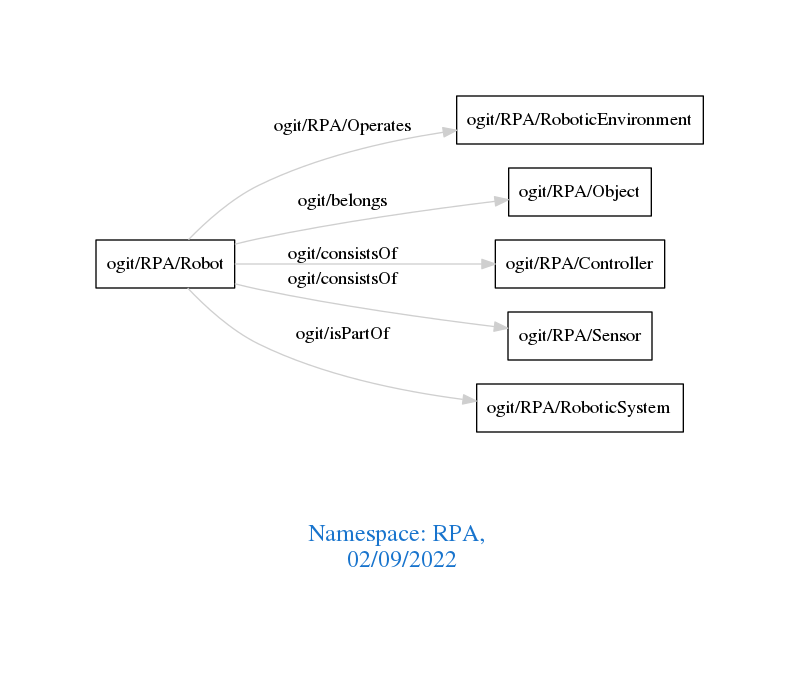
This is downloads/RPA.png from arago/OGIT, a Graphviz export, as it was before one commit. Its source is kept beside it as downloads/RPA.dot.
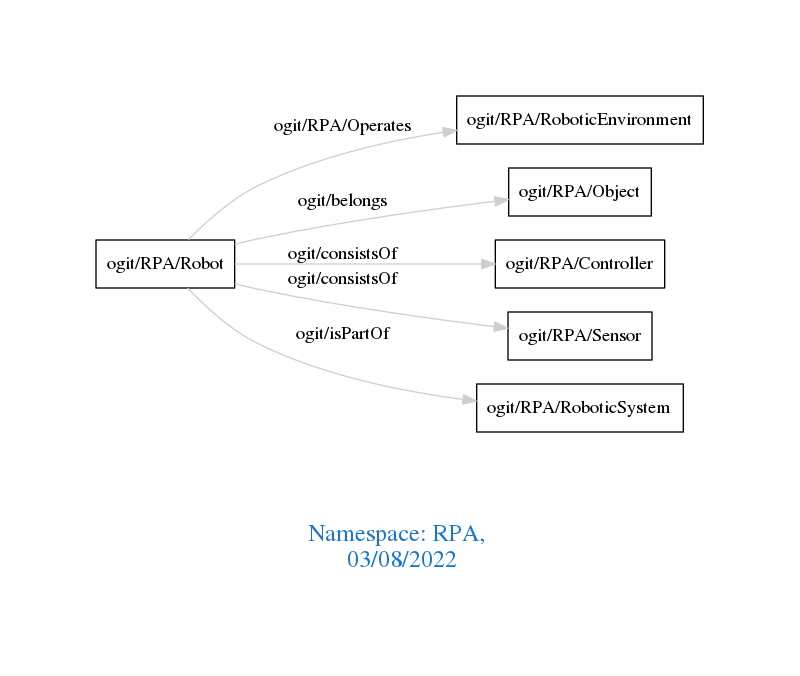
After the commit.

What changed in the source:
```diff
@@ -1,7 +1,7 @@
 digraph OGIT_ontology {
  graph [ rankdir= LR,pad=1
 fontsize = 18,
-fontcolor= dodgerblue3,label = "\n\n\nNamespace: RPA, \n 02/09/2022"];
+fontcolor= dodgerblue3,label = "\n\n\nNamespace: RPA, \n 03/08/2022"];
 node[shape=polygon];
 edge [  color="gray81"];
 
```
